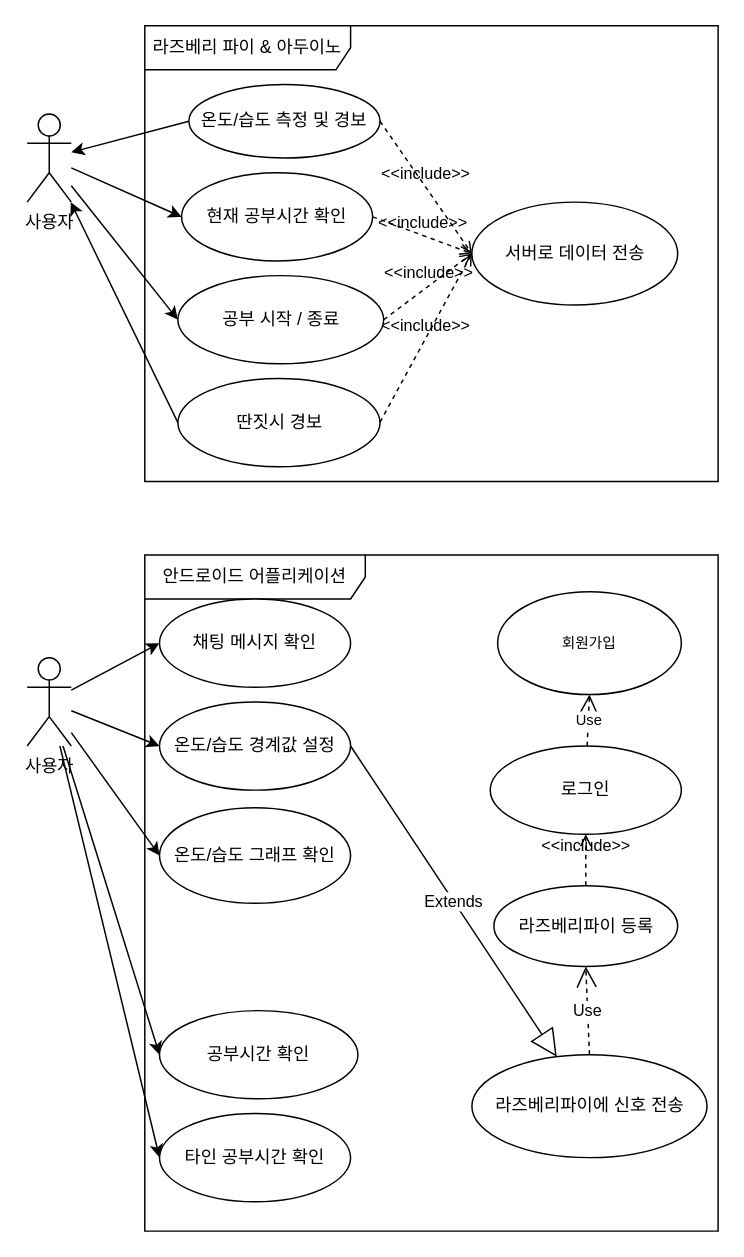
Above: page "유스케이스" (1 of 13) of doc/UML.drawio in veryneuron/study_mate_project (draw.io), before the change. Source tidied: cells renumbered, new cells numbered last; positions are measured from the earlier drawing's top-left corner, leaving out a move shared by most shapes. Both pictures are drawn from the tidied source at 147%, with x=0, y=0 at pixel (26, 25).
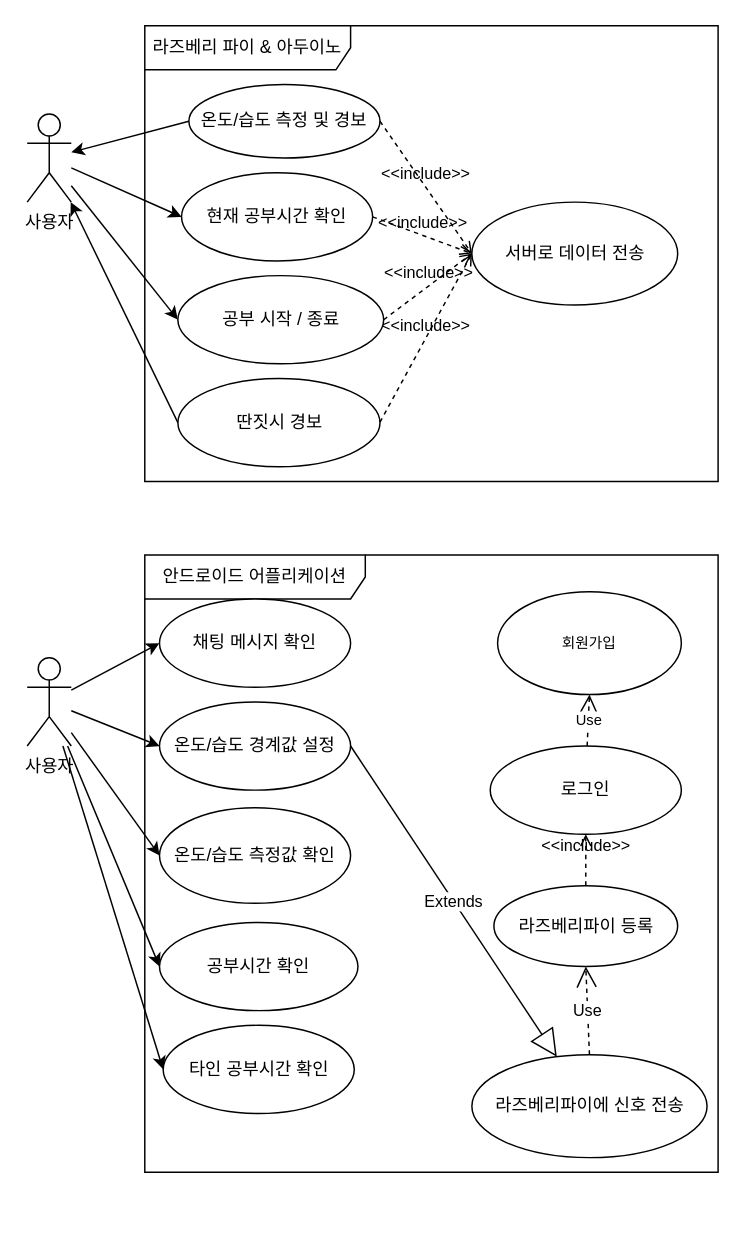
The same page after the edit.

Change to the diagram source:
```diff
@@
     <mxCell id="14" value="안드로이드 어플리케이션" style="shape=umlFrame;whiteSpace=wrap;html=1;width=150;height=30;" parent="1" vertex="1">
-      <mxGeometry x="80" y="360" width="390" height="460" as="geometry" />
+      <mxGeometry x="80" y="360" width="390" height="420" as="geometry" />
     </mxCell>
@@
-    <mxCell id="20" value="온도/습도 그래프 확인" style="ellipse;whiteSpace=wrap;html=1;" parent="1" vertex="1">
+    <mxCell id="20" value="온도/습도 측정값 확인" style="ellipse;whiteSpace=wrap;html=1;" parent="1" vertex="1">
       <mxGeometry x="90" y="532" width="130" height="65" as="geometry" />
     </mxCell>
@@
     <mxCell id="22" value="공부시간 확인" style="ellipse;whiteSpace=wrap;html=1;" parent="1" vertex="1">
-      <mxGeometry x="90" y="670" width="135" height="60" as="geometry" />
+      <mxGeometry x="90" y="610" width="135" height="60" as="geometry" />
     </mxCell>
     <mxCell id="23" value="타인 공부시간 확인" style="ellipse;whiteSpace=wrap;html=1;" parent="1" vertex="1">
-      <mxGeometry x="90" y="740" width="130" height="60" as="geometry" />
+      <mxGeometry x="92.5" y="680" width="130" height="60" as="geometry" />
     </mxCell>
```
